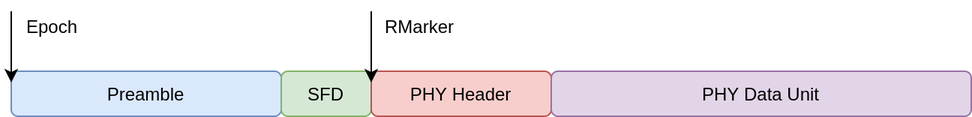
Before: reports/03_firmware/img/ccp_epoch_and_rmarker.png, a diagram exported from draw.io (tuannv-github/uwb-ips). Source tidied: cells renumbered, new cells last; positions are measured from the earlier drawing's top-left corner, leaving out a move shared by most shapes. The source it was exported from:
```xml
<mxGraphModel>
  <root>
    <mxCell id="0" />
    <mxCell id="1" parent="0" />
    <mxCell id="2" value="Preamble" style="rounded=1;whiteSpace=wrap;html=1;fillColor=#dae8fc;strokeColor=#6c8ebf;" parent="1" vertex="1">
      <mxGeometry y="40" width="180" height="30" as="geometry" />
    </mxCell>
    <mxCell id="3" value="SFD" style="rounded=1;whiteSpace=wrap;html=1;fillColor=#d5e8d4;strokeColor=#82b366;" parent="1" vertex="1">
      <mxGeometry x="180" y="40" width="60" height="30" as="geometry" />
    </mxCell>
    <mxCell id="4" value="PHY Header" style="rounded=1;whiteSpace=wrap;html=1;fillColor=#f8cecc;strokeColor=#b85450;" parent="1" vertex="1">
      <mxGeometry x="240" y="40" width="120" height="30" as="geometry" />
    </mxCell>
    <mxCell id="5" value="PHY Data Unit" style="rounded=1;whiteSpace=wrap;html=1;fillColor=#e1d5e7;strokeColor=#9673a6;" parent="1" vertex="1">
      <mxGeometry x="360" y="40" width="280" height="30" as="geometry" />
    </mxCell>
    <mxCell id="6" style="endArrow=classic;html=1;entryX=0;entryY=0.25;entryDx=0;entryDy=0;" parent="1" edge="1" target="4">
      <mxGeometry relative="1" as="geometry">
        <mxPoint x="240" as="sourcePoint" />
      </mxGeometry>
    </mxCell>
    <mxCell id="7" value="RMarker" style="text;html=1;strokeColor=none;fillColor=none;align=center;verticalAlign=middle;whiteSpace=wrap;rounded=0;" parent="1" vertex="1">
      <mxGeometry x="245" width="55" height="20" as="geometry" />
    </mxCell>
    <mxCell id="8" style="endArrow=classic;html=1;entryX=0;entryY=0.25;entryDx=0;entryDy=0;" parent="1" edge="1" target="2">
      <mxGeometry relative="1" as="geometry">
        <mxPoint as="sourcePoint" />
      </mxGeometry>
    </mxCell>
    <mxCell id="9" value="Epoch" style="text;html=1;strokeColor=none;fillColor=none;align=center;verticalAlign=middle;whiteSpace=wrap;rounded=0;" parent="1" vertex="1">
      <mxGeometry width="55" height="20" as="geometry" />
    </mxCell>
  </root>
</mxGraphModel>
```
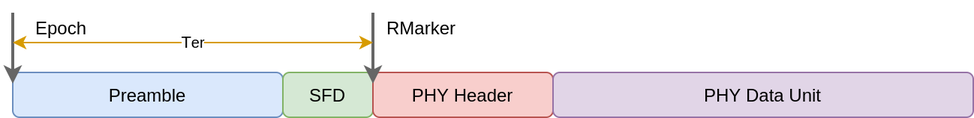
Above is the later version.

Diff of the diagram source:
```diff
@@ -14,21 +14,28 @@
     <mxCell id="5" value="PHY Data Unit" style="rounded=1;whiteSpace=wrap;html=1;fillColor=#e1d5e7;strokeColor=#9673a6;" parent="1" vertex="1">
       <mxGeometry x="360" y="40" width="280" height="30" as="geometry" />
     </mxCell>
-    <mxCell id="6" style="endArrow=classic;html=1;entryX=0;entryY=0.25;entryDx=0;entryDy=0;" parent="1" edge="1" target="4">
-      <mxGeometry relative="1" as="geometry">
-        <mxPoint x="240" as="sourcePoint" />
-      </mxGeometry>
-    </mxCell>
+    <mxCell id="10" style="endArrow=classic;html=1;entryX=0;entryY=0.25;entryDx=0;entryDy=0;fillColor=#f5f5f5;strokeColor=#666666;strokeWidth=2;" parent="1" edge="1" target="4">
+      <mxGeometry relative="1" as="geometry">
+        <mxPoint x="240" as="sourcePoint" />
+      </mxGeometry>
+    </mxCell>
     <mxCell id="7" value="RMarker" style="text;html=1;strokeColor=none;fillColor=none;align=center;verticalAlign=middle;whiteSpace=wrap;rounded=0;" parent="1" vertex="1">
       <mxGeometry x="245" width="55" height="20" as="geometry" />
     </mxCell>
-    <mxCell id="8" style="endArrow=classic;html=1;entryX=0;entryY=0.25;entryDx=0;entryDy=0;" parent="1" edge="1" target="2">
-      <mxGeometry relative="1" as="geometry">
-        <mxPoint as="sourcePoint" />
-      </mxGeometry>
-    </mxCell>
+    <mxCell id="11" style="endArrow=classic;html=1;entryX=0;entryY=0.25;entryDx=0;entryDy=0;fillColor=#f5f5f5;strokeColor=#666666;strokeWidth=2;" parent="1" edge="1">
+      <mxGeometry relative="1" as="geometry">
+        <mxPoint as="sourcePoint" />
+        <mxPoint y="47.5" as="targetPoint" />
+      </mxGeometry>
+    </mxCell>
     <mxCell id="9" value="Epoch" style="text;html=1;strokeColor=none;fillColor=none;align=center;verticalAlign=middle;whiteSpace=wrap;rounded=0;" parent="1" vertex="1">
-      <mxGeometry width="55" height="20" as="geometry" />
+      <mxGeometry x="5" width="55" height="20" as="geometry" />
     </mxCell>
+    <mxCell id="12" value="T&lt;font size=&quot;1&quot;&gt;er&lt;/font&gt;" style="endArrow=classic;startArrow=classic;html=1;fillColor=#ffe6cc;strokeColor=#d79b00;" parent="1" edge="1">
+      <mxGeometry relative="1" as="geometry">
+        <mxPoint y="20" as="sourcePoint" />
+        <mxPoint x="240" y="20" as="targetPoint" />
+      </mxGeometry>
+    </mxCell>
   </root>
 </mxGraphModel>
```
